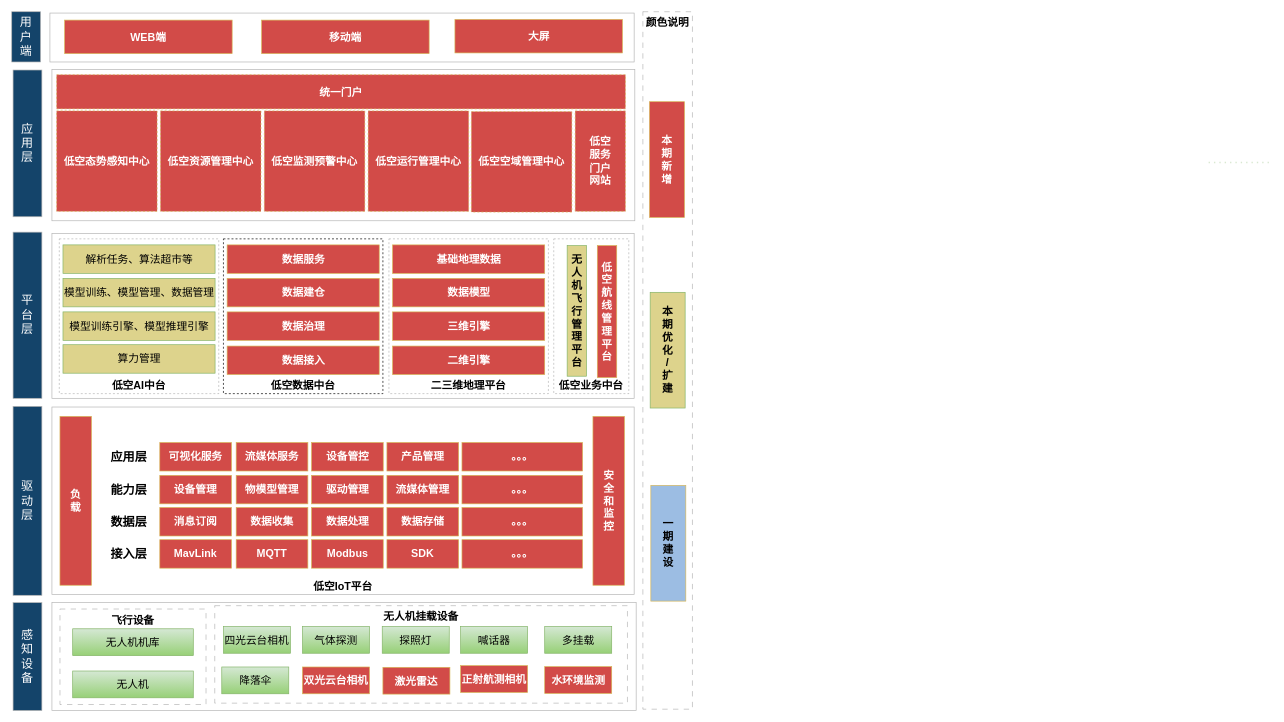
Before: page "应用架构-V3" (19 of 20) of donggao-20230703.drawio in yangchenyu/micro-service, a draw.io diagram. Source tidied: cells renumbered, new cells numbered last; positions are measured from the earlier drawing's top-left corner, leaving out a move shared by most shapes. Both pictures are drawn from the tidied source at 67%, with x=0, y=0 at pixel (11, 11).
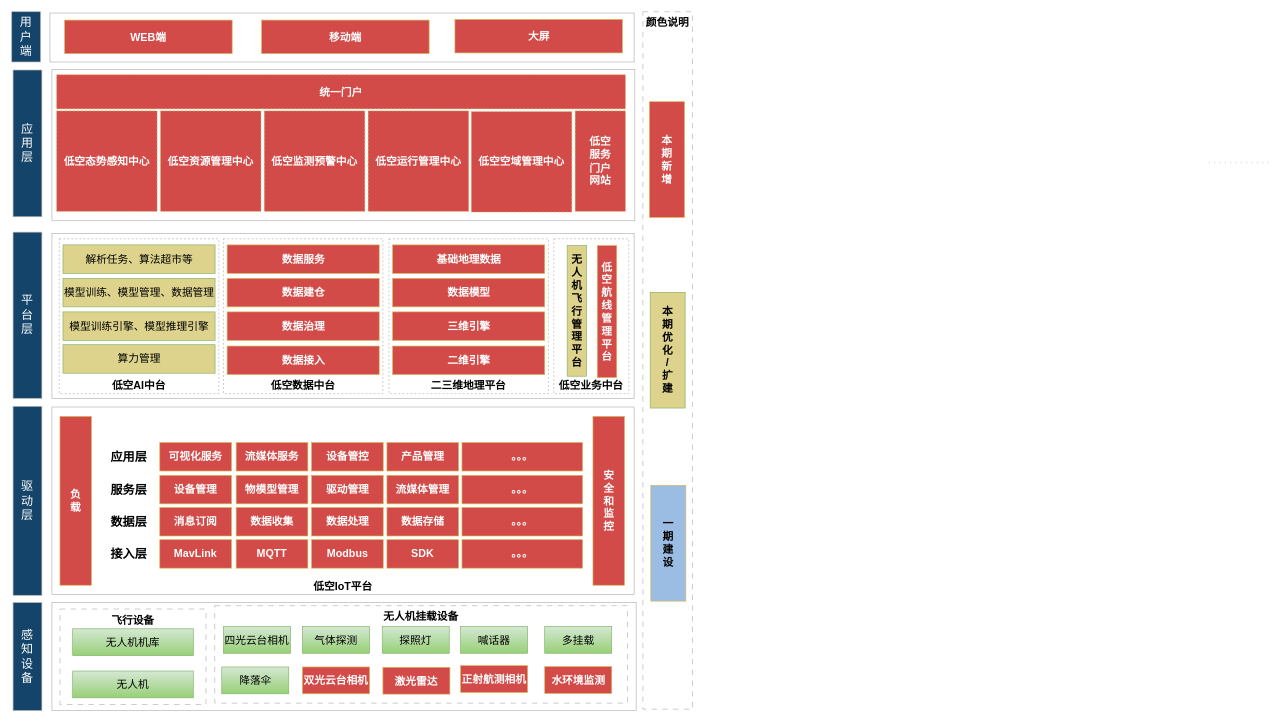
The same diagram, later.

What changed in the source:
```diff
@@
-    <mxCell id="13" value="低空数据中台" style="rounded=0;whiteSpace=wrap;html=1;verticalAlign=bottom;dashed=1;fontStyle=1;fontSize=16;" parent="1" vertex="1">
+    <mxCell id="13" value="低空数据中台" style="rounded=0;whiteSpace=wrap;html=1;verticalAlign=bottom;dashed=1;fontStyle=1;fontSize=16;opacity=30;" parent="1" vertex="1">
       <mxGeometry x="316" y="339" width="238" height="231" as="geometry" />
     </mxCell>
@@
-    <mxCell id="72" value="能力层" style="text;html=1;strokeColor=none;fillColor=none;align=center;verticalAlign=middle;whiteSpace=wrap;rounded=0;fontSize=18;fontStyle=1;" parent="1" vertex="1">
+    <mxCell id="72" value="服务层" style="text;html=1;strokeColor=none;fillColor=none;align=center;verticalAlign=middle;whiteSpace=wrap;rounded=0;fontSize=18;fontStyle=1;" parent="1" vertex="1">
       <mxGeometry x="145" y="699" width="60" height="30" as="geometry" />
     </mxCell>
```
